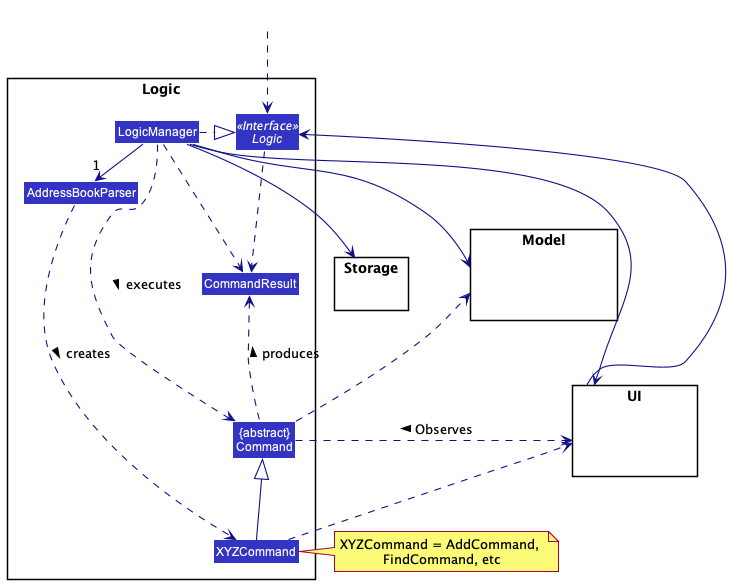
Above: docs/images/LogicClassDiagram.png in softmagnet/tp (PlantUML), before the change.
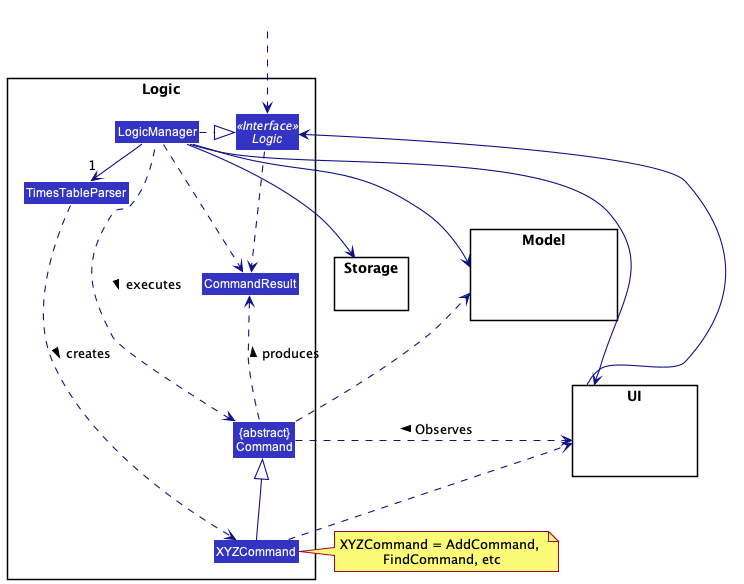
After the commit.

The edit, as a diff of the source:
```diff
@@ -6,7 +6,7 @@
 
 package Logic {
 
-Class AddressBookParser
+Class TimesTableParser
 Class XYZCommand
 Class CommandResult
 Class "{abstract}\nCommand" as Command
@@ -31,8 +31,8 @@
 HiddenOutside ..> Logic
 
 LogicManager .right.|> Logic
-LogicManager -right->"1" AddressBookParser
-AddressBookParser ..> XYZCommand : creates >
+LogicManager -right->"1" TimesTableParser
+TimesTableParser ..> XYZCommand : creates >
 
 XYZCommand -up-|> Command
 LogicManager .left.> Command : executes >
```
